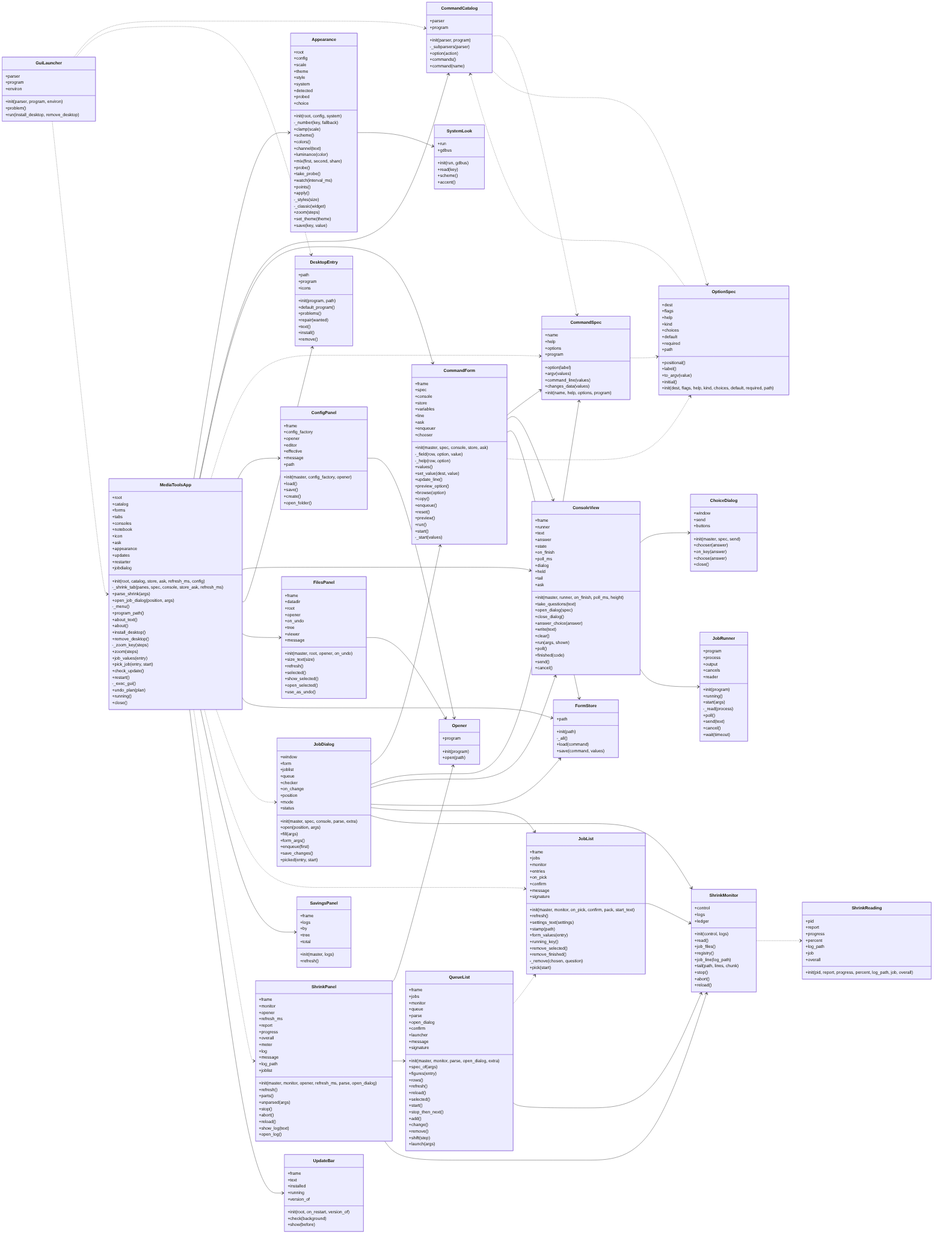
This is docs/img/uml_gui.png from peddanet/mediatools, a Mermaid export, as it was before one commit. Its source is kept beside it as docs/img/uml_gui.mmd.
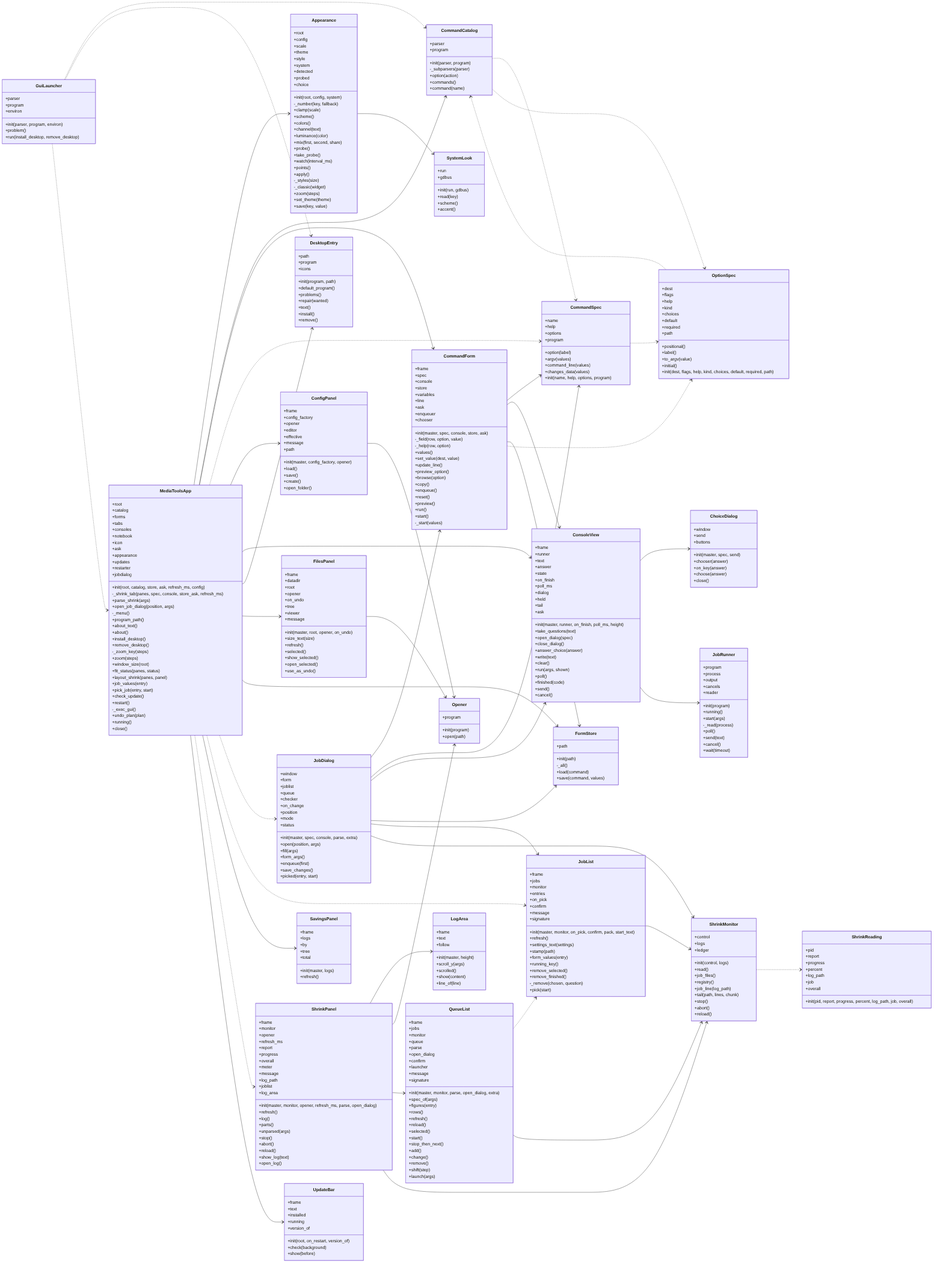
Above is the later version.

The edit, as a diff of the source:
```diff
@@ -25,6 +25,9 @@
     +remove_desktop()
     -_zoom_key(steps)
     +zoom(steps)
+    +window_size(root)
+    +fit_status(panes, status)
+    +layout_shrink(panes, panel)
     +job_values(entry)
     +pick_job(entry, start)
     +check_update()
@@ -255,6 +258,16 @@
     +problem()
     +run(install_desktop, remove_desktop)
   }
+  class LogArea {
+    +frame
+    +text
+    +follow
+    +init(master, height)
+    +scroll_y(args)
+    +scrolled()
+    +show(content)
+    +line_of(line)
+  }
   class Opener {
     +program
     +init(program)
@@ -333,12 +346,13 @@
     +progress
     +overall
     +meter
-    +log
     +message
     +log_path
     +joblist
+    +log_area
     +init(master, monitor, opener, refresh_ms, parse, open_dialog)
     +refresh()
+    +log()
     +parts()
     +unparsed(args)
     +stop()
@@ -415,6 +429,7 @@
   QueueList ..> JobList
   QueueList --> ShrinkMonitor
   ShrinkMonitor ..> ShrinkReading
+  ShrinkPanel --> LogArea
   ShrinkPanel --> Opener
   ShrinkPanel --> QueueList
   ShrinkPanel --> ShrinkMonitor
```
